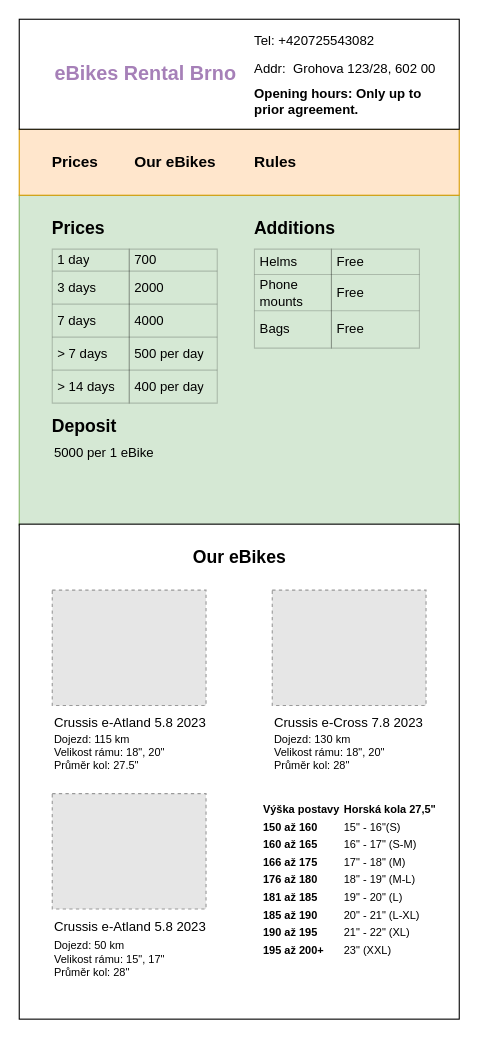
Earlier version of the draw.io diagram diagram.drawio (MoonChel/ebike-rent-brno). Source tidied: cells renumbered, new cells numbered last; positions are measured from the earlier drawing's top-left corner, leaving out a move shared by most shapes. Both pictures are drawn from the tidied source at 110%, with x=0, y=0 at pixel (19, 19). Pictures stored in the file or linked from it are replaced by grey dashed boxes.
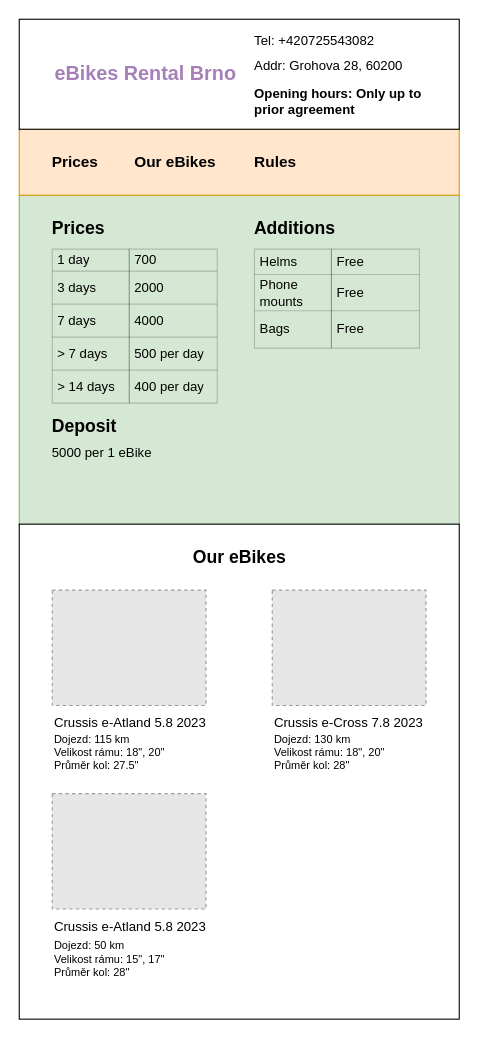
After the change.

The change refers to these unchanged cells:
```xml
<mxCell id="34" style="group;fontFamily=Helvetica;" parent="1" vertex="1">
  <mxGeometry y="459" width="400" height="450" as="geometry" />
</mxCell>
```

The edit, as a diff of the source:
```diff
@@
-    <mxCell id="33" value="5000 per 1 eBike" style="text;html=1;align=left;verticalAlign=middle;whiteSpace=wrap;rounded=0;fontFamily=Helvetica;" parent="1" vertex="1">
+    <mxCell id="33" value="5000 per 1 eBike" style="text;html=1;align=left;verticalAlign=middle;whiteSpace=wrap;rounded=0;fontFamily=Helvetica;spacing=0;" parent="1" vertex="1">
       <mxGeometry x="30" y="379" width="110" height="30" as="geometry" />
     </mxCell>
@@
-    <mxCell id="45" value="&lt;table style=&quot;font-size: 10px;&quot; id=&quot;c6f89046-6ac3-40c1-99d6-dcb501708ef7&quot; class=&quot;simple-table&quot;&gt;&lt;tbody style=&quot;font-size: 10px;&quot;&gt;&lt;tr style=&quot;font-size: 10px;&quot; id=&quot;8b9699a0-0600-49b5-a3df-e404fe3b0f85&quot;&gt;&lt;td style=&quot;font-size: 10px;&quot; id=&quot;YSar&quot; class=&quot;&quot;&gt;&lt;strong style=&quot;font-size: 10px;&quot;&gt;Výška postavy&lt;/strong&gt;&lt;/td&gt;&lt;td style=&quot;font-size: 10px;&quot; id=&quot;;PiE&quot; class=&quot;&quot;&gt;&lt;strong style=&quot;font-size: 10px;&quot;&gt;Horská kola 27,5&quot;&lt;/strong&gt;&lt;/td&gt;&lt;/tr&gt;&lt;tr style=&quot;font-size: 10px;&quot; id=&quot;5bc2df24-02a4-4b25-8985-21697ee30082&quot;&gt;&lt;td style=&quot;font-size: 10px;&quot; id=&quot;YSar&quot; class=&quot;&quot;&gt;&lt;strong style=&quot;font-size: 10px;&quot;&gt;150 až 160&lt;/strong&gt;&lt;/td&gt;&lt;td style=&quot;font-size: 10px;&quot; id=&quot;;PiE&quot; class=&quot;&quot;&gt;15&quot; - 16&quot;(S)&lt;/td&gt;&lt;/tr&gt;&lt;tr style=&quot;font-size: 10px;&quot; id=&quot;de0cf829-a11a-415a-af9d-108c7bf8052a&quot;&gt;&lt;td style=&quot;font-size: 10px;&quot; id=&quot;YSar&quot; class=&quot;&quot;&gt;&lt;strong style=&quot;font-size: 10px;&quot;&gt;160 až 165&lt;/strong&gt;&lt;/td&gt;&lt;td style=&quot;font-size: 10px;&quot; id=&quot;;PiE&quot; class=&quot;&quot;&gt;16&quot; - 17&quot;&amp;nbsp;(S-M)&lt;/td&gt;&lt;/tr&gt;&lt;tr style=&quot;font-size: 10px;&quot; id=&quot;29f90cfd-e6dd-48df-ab7f-b05000443bfb&quot;&gt;&lt;td style=&quot;font-size: 10px;&quot; id=&quot;YSar&quot; class=&quot;&quot;&gt;&lt;strong style=&quot;font-size: 10px;&quot;&gt;166 až 175&lt;/strong&gt;&lt;/td&gt;&lt;td style=&quot;font-size: 10px;&quot; id=&quot;;PiE&quot; class=&quot;&quot;&gt;17&quot;&amp;nbsp;- 18&quot;&amp;nbsp;(M)&lt;/td&gt;&lt;/tr&gt;&lt;tr style=&quot;font-size: 10px;&quot; id=&quot;a1784de7-53a7-4271-a67d-ada34968346c&quot;&gt;&lt;td style=&quot;font-size: 10px;&quot; id=&quot;YSar&quot; class=&quot;&quot;&gt;&lt;strong style=&quot;font-size: 10px;&quot;&gt;176 až 180&lt;/strong&gt;&lt;/td&gt;&lt;td style=&quot;font-size: 10px;&quot; id=&quot;;PiE&quot; class=&quot;&quot;&gt;18&quot; - 19&quot;&amp;nbsp;(M-L)&lt;/td&gt;&lt;/tr&gt;&lt;tr style=&quot;font-size: 10px;&quot; id=&quot;5783fa0f-9531-4f67-b716-bd8effa48b57&quot;&gt;&lt;td style=&quot;font-size: 10px;&quot; id=&quot;YSar&quot; class=&quot;&quot;&gt;&lt;strong style=&quot;font-size: 10px;&quot;&gt;181 až 185&lt;/strong&gt;&lt;/td&gt;&lt;td style=&quot;font-size: 10px;&quot; id=&quot;;PiE&quot; class=&quot;&quot;&gt;19&quot; - 20&quot;&amp;nbsp;(L)&lt;/td&gt;&lt;/tr&gt;&lt;tr style=&quot;font-size: 10px;&quot; id=&quot;ec5fdc8f-e787-4979-a65f-cd2bca433adf&quot;&gt;&lt;td style=&quot;font-size: 10px;&quot; id=&quot;YSar&quot; class=&quot;&quot;&gt;&lt;strong style=&quot;font-size: 10px;&quot;&gt;185 až 190&lt;/strong&gt;&lt;/td&gt;&lt;td style=&quot;font-size: 10px;&quot; id=&quot;;PiE&quot; class=&quot;&quot;&gt;20&quot; - 21&quot;&amp;nbsp;(L-XL)&lt;/td&gt;&lt;/tr&gt;&lt;tr style=&quot;font-size: 10px;&quot; id=&quot;a3dd955b-72cc-4c19-884f-b1804748cc50&quot;&gt;&lt;td style=&quot;font-size: 10px;&quot; id=&quot;YSar&quot; class=&quot;&quot;&gt;&lt;strong style=&quot;font-size: 10px;&quot;&gt;190 až 195&lt;/strong&gt;&lt;/td&gt;&lt;td style=&quot;font-size: 10px;&quot; id=&quot;;PiE&quot; class=&quot;&quot;&gt;21&quot; - 22&quot;&amp;nbsp;(XL)&lt;/td&gt;&lt;/tr&gt;&lt;tr style=&quot;font-size: 10px;&quot; id=&quot;f3f36ef9-fa66-45eb-b261-7eca41738bb3&quot;&gt;&lt;td style=&quot;font-size: 10px;&quot; id=&quot;YSar&quot; class=&quot;&quot;&gt;&lt;strong style=&quot;font-size: 10px;&quot;&gt;195 až 200+&lt;/strong&gt;&lt;/td&gt;&lt;td style=&quot;font-size: 10px;&quot; id=&quot;;PiE&quot; class=&quot;&quot;&gt;23&quot;&amp;nbsp;(XXL)&lt;/td&gt;&lt;/tr&gt;&lt;/tbody&gt;&lt;/table&gt;" style="text;html=1;fontSize=10;spacing=0;verticalAlign=middle;whiteSpace=wrap;horizontal=1;fontFamily=Helvetica;" parent="34" vertex="1">
-      <mxGeometry x="219" y="245" width="171" height="155" as="geometry" />
-    </mxCell>
@@
-    <mxCell id="66" value="&lt;span style=&quot;&quot;&gt;Addr:&amp;nbsp;&amp;nbsp;&lt;/span&gt;&lt;span style=&quot;&quot;&gt;Grohova 123/28,&amp;nbsp;602 00&lt;/span&gt;" style="text;html=1;align=left;verticalAlign=middle;whiteSpace=wrap;rounded=0;spacing=0;fontFamily=Helvetica;" parent="1" vertex="1">
-      <mxGeometry x="213.8" y="35" width="166.2" height="20" as="geometry" />
+    <mxCell id="66" value="&lt;span style=&quot;&quot;&gt;Addr:&amp;nbsp;&lt;/span&gt;&lt;span style=&quot;&quot;&gt;Grohova 28,&amp;nbsp;60200&lt;/span&gt;" style="text;html=1;align=left;verticalAlign=middle;whiteSpace=wrap;rounded=0;spacing=0;fontFamily=Helvetica;" parent="1" vertex="1">
+      <mxGeometry x="213.8" y="30" width="156.2" height="25" as="geometry" />
     </mxCell>
-    <mxCell id="67" value="&lt;div&gt;&lt;b style=&quot;background-color: initial;&quot;&gt;Opening hours: Only up to prior agreement.&lt;/b&gt;&lt;br&gt;&lt;/div&gt;" style="text;html=1;align=left;verticalAlign=middle;whiteSpace=wrap;rounded=0;spacing=0;fontFamily=Helvetica;" parent="1" vertex="1">
+    <mxCell id="67" value="&lt;div&gt;&lt;b style=&quot;background-color: initial;&quot;&gt;Opening hours: Only up to prior agreement&lt;/b&gt;&lt;br&gt;&lt;/div&gt;" style="text;html=1;align=left;verticalAlign=middle;whiteSpace=wrap;rounded=0;spacing=0;fontFamily=Helvetica;" parent="1" vertex="1">
       <mxGeometry x="213.8" y="55" width="150" height="40" as="geometry" />
     </mxCell>
```
